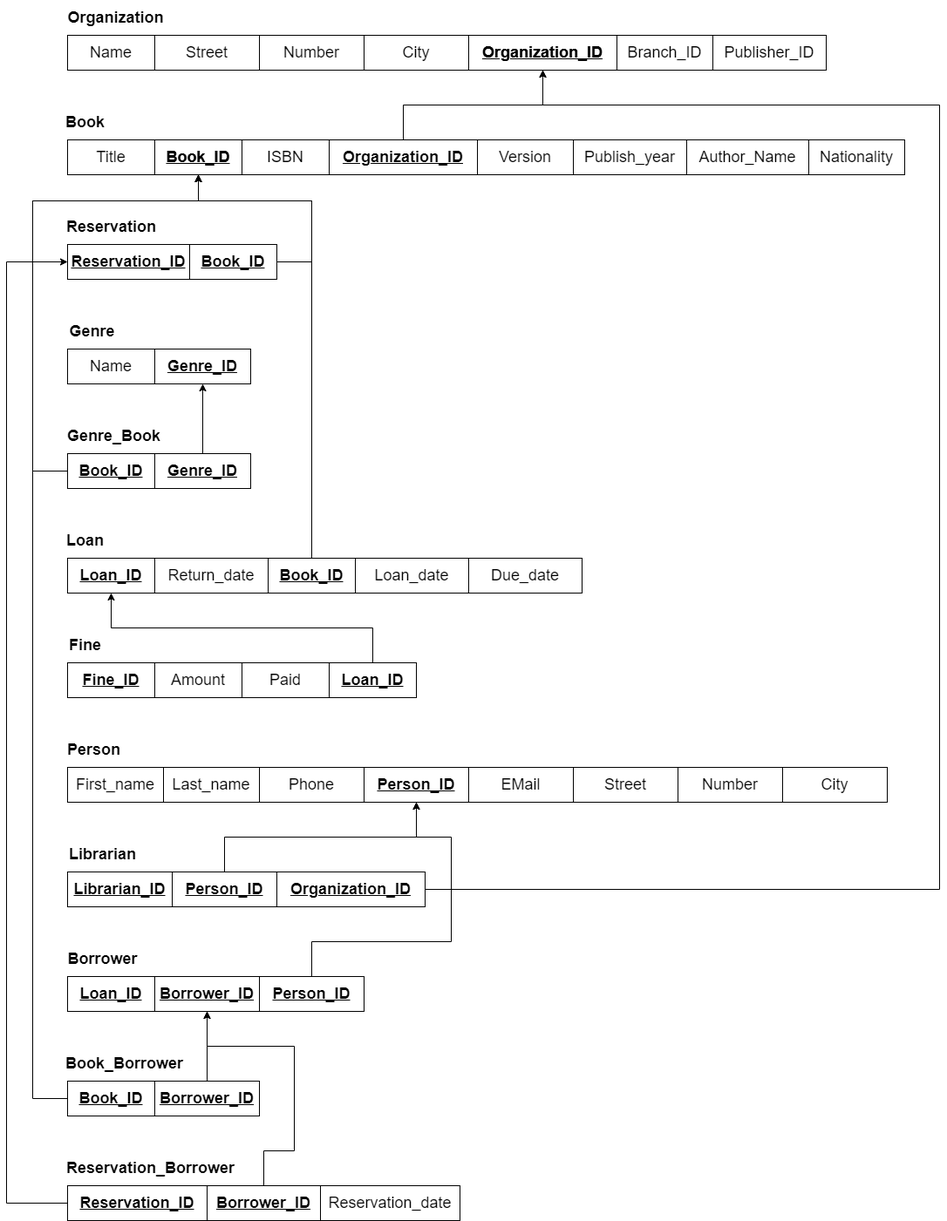
This is Relational_Model/Relational Model - 2NF.png from YouAndMEME/sose23-database, a draw.io export, as it was before one commit. Source tidied: cells renumbered, new cells last; positions are measured from the earlier drawing's top-left corner, leaving out a move shared by most shapes.
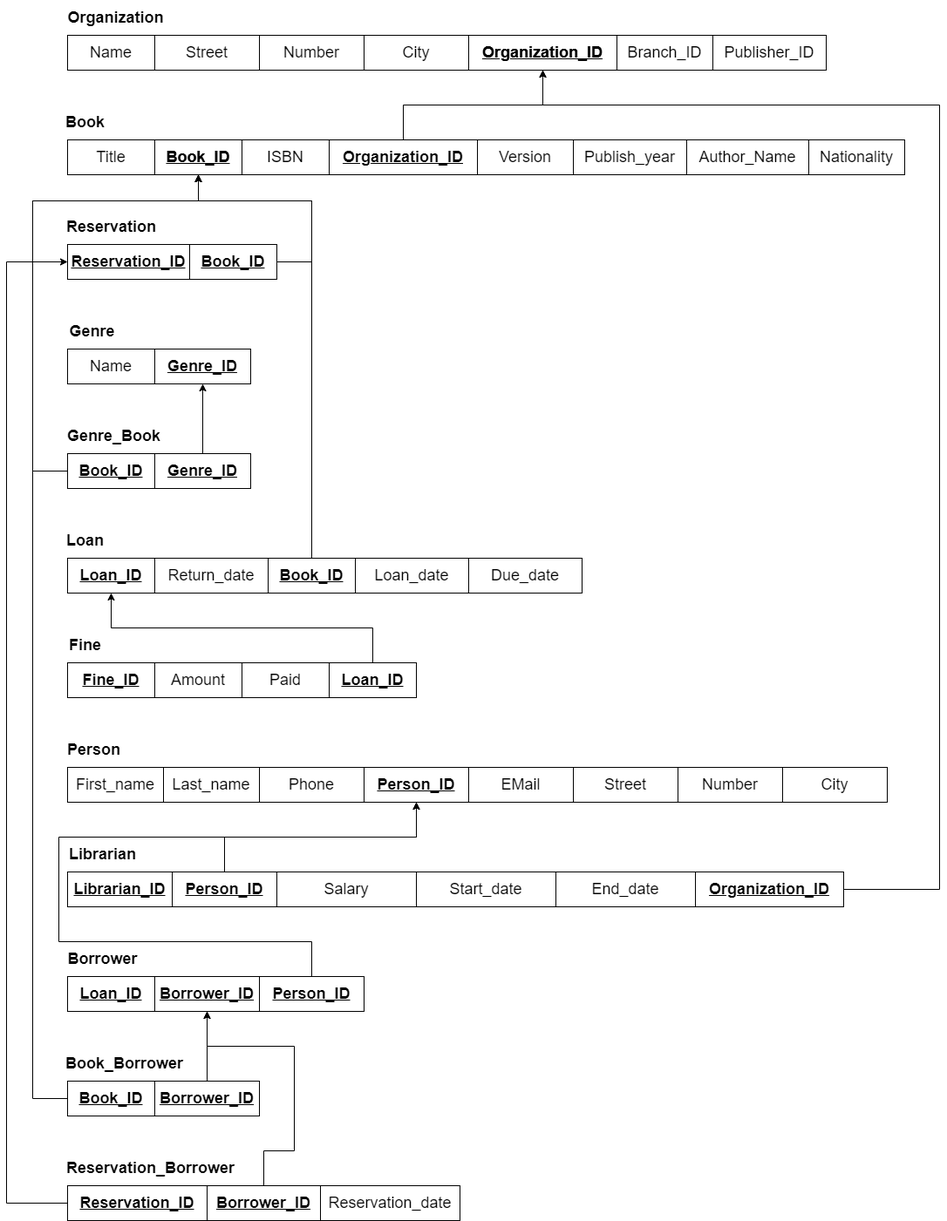
After the change.

The edit, as a diff of the source:
```diff
@@ -153,8 +153,8 @@
       <mxGeometry relative="1" as="geometry">
         <Array as="points">
           <mxPoint x="350" y="1080" />
-          <mxPoint x="510" y="1080" />
-          <mxPoint x="510" y="960" />
+          <mxPoint x="60" y="1080" />
+          <mxPoint x="60" y="960" />
           <mxPoint x="470" y="960" />
         </Array>
       </mxGeometry>
@@ -226,7 +226,7 @@
       </mxGeometry>
     </mxCell>
     <mxCell id="59" value="&lt;b&gt;Organization_ID&lt;/b&gt;" style="whiteSpace=wrap;html=1;align=center;strokeColor=default;fontSize=18;fillColor=none;fontStyle=4;" parent="1" vertex="1">
-      <mxGeometry x="310" y="1000" width="170" height="40" as="geometry" />
+      <mxGeometry x="790" y="1000" width="170" height="40" as="geometry" />
     </mxCell>
     <mxCell id="60" value="Street" style="whiteSpace=wrap;html=1;align=center;strokeColor=default;fontSize=18;fillColor=none;" parent="1" vertex="1">
       <mxGeometry x="170" y="40" width="120" height="40" as="geometry" />
@@ -288,5 +288,14 @@
     <mxCell id="77" value="Genre" style="text;strokeColor=none;fillColor=none;html=1;fontSize=18;fontStyle=1;verticalAlign=middle;align=center;" parent="1" vertex="1">
       <mxGeometry x="35" y="360" width="125" height="40" as="geometry" />
     </mxCell>
+    <mxCell id="78" value="Salary" style="whiteSpace=wrap;html=1;align=center;strokeColor=default;fontSize=18;fillColor=none;" parent="1" vertex="1">
+      <mxGeometry x="310" y="1000" width="160" height="40" as="geometry" />
+    </mxCell>
+    <mxCell id="79" value="End_date" style="whiteSpace=wrap;html=1;align=center;strokeColor=default;fontSize=18;fillColor=none;" parent="1" vertex="1">
+      <mxGeometry x="630" y="1000" width="160" height="40" as="geometry" />
+    </mxCell>
+    <mxCell id="80" value="Start_date" style="whiteSpace=wrap;html=1;align=center;strokeColor=default;fontSize=18;fillColor=none;" parent="1" vertex="1">
+      <mxGeometry x="470" y="1000" width="160" height="40" as="geometry" />
+    </mxCell>
   </root>
 </mxGraphModel>
```
